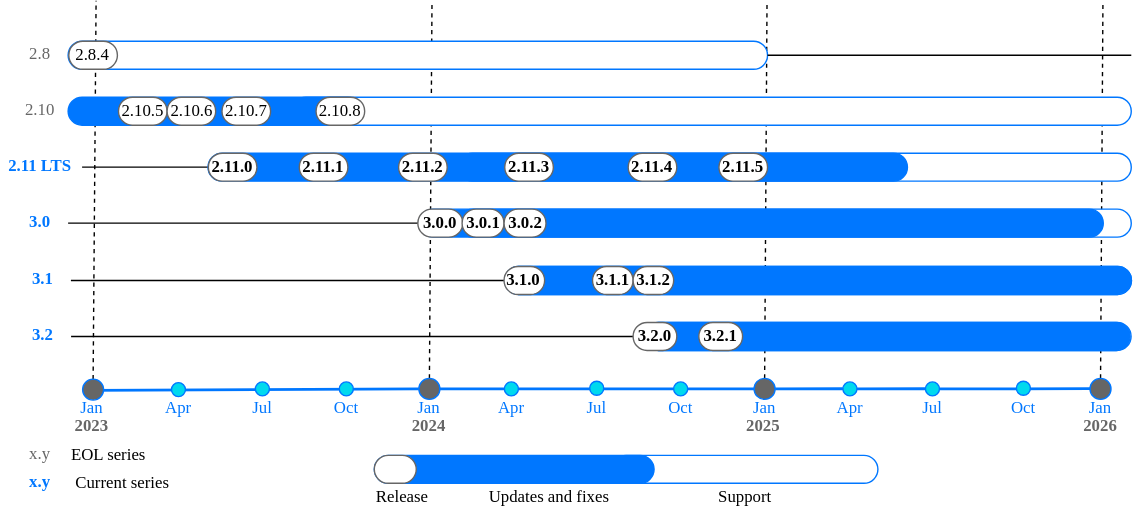
Before: doc/release/_images/releases_calendar.svg, a diagram exported from draw.io (georgiy-belyanin/doc). Source tidied: cells renumbered, new cells last; positions are measured from the earlier drawing's top-left corner, leaving out a move shared by most shapes.
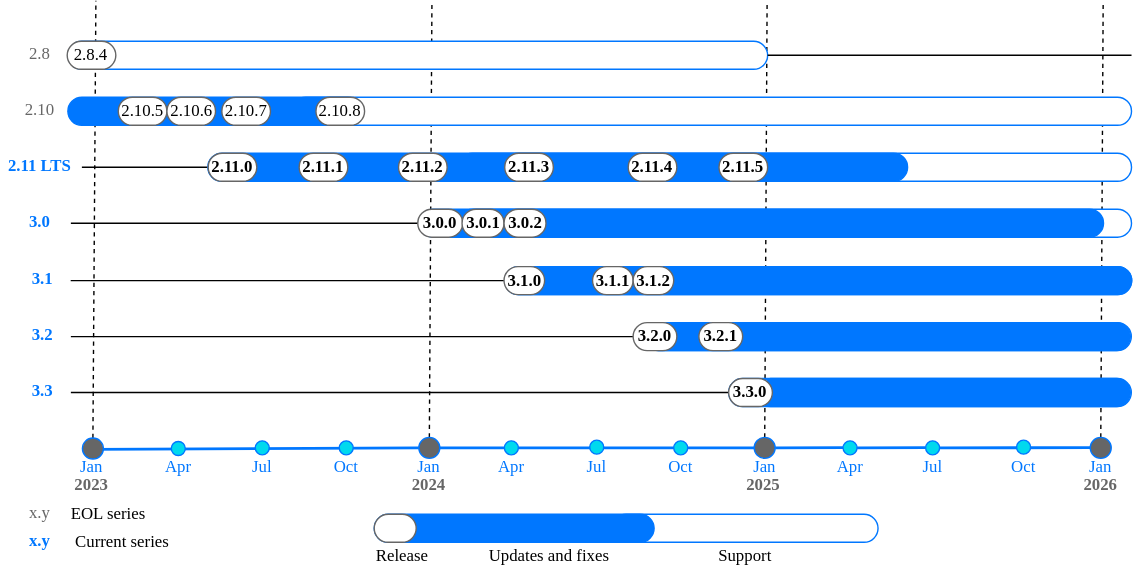
After the change.

What changed in the source:
```diff
@@ -18,36 +18,36 @@
     </mxCell>
     <mxCell id="6" style="endArrow=none;dashed=1;html=1;strokeWidth=1;rounded=0;fontFamily=VK Sans Display;" parent="1" edge="1" source="61">
       <mxGeometry relative="1" as="geometry">
-        <mxPoint x="787.6" as="targetPoint" />
+        <mxPoint x="787.6" y="-42" as="targetPoint" />
       </mxGeometry>
     </mxCell>
     <mxCell id="7" style="endArrow=none;dashed=1;html=1;strokeWidth=1;rounded=0;fontFamily=VK Sans Display;" parent="1" edge="1" source="62">
       <mxGeometry relative="1" as="geometry">
-        <mxPoint x="547.5" as="targetPoint" />
+        <mxPoint x="547.5" y="-42" as="targetPoint" />
       </mxGeometry>
     </mxCell>
     <mxCell id="8" style="rounded=1;whiteSpace=wrap;html=1;glass=0;arcSize=50;strokeColor=#0077FF;fillColor=#FFFFFF;strokeWidth=1;fontFamily=VK Sans Display;" parent="1" vertex="1">
-      <mxGeometry x="326.9" y="109" width="481" height="20" as="geometry" />
+      <mxGeometry x="326.9" y="67" width="481" height="20" as="geometry" />
     </mxCell>
     <mxCell id="9" style="endArrow=none;dashed=1;html=1;strokeWidth=1;rounded=0;fontFamily=VK Sans Display;" parent="1" edge="1" source="60">
       <mxGeometry relative="1" as="geometry">
-        <mxPoint x="308" y="1.8" as="targetPoint" />
+        <mxPoint x="308" y="-40.2" as="targetPoint" />
       </mxGeometry>
     </mxCell>
     <mxCell id="10" style="endArrow=none;dashed=1;html=1;strokeWidth=1;rounded=0;exitX=0.5;exitY=0;exitDx=0;exitDy=0;fontFamily=VK Sans Display;" parent="1" edge="1" source="15">
       <mxGeometry relative="1" as="geometry">
-        <mxPoint x="67.9" as="targetPoint" />
+        <mxPoint x="67.9" y="-42" as="targetPoint" />
       </mxGeometry>
     </mxCell>
     <mxCell id="11" style="rounded=1;whiteSpace=wrap;html=1;glass=0;arcSize=50;strokeColor=#0077FF;fillColor=#FFFFFF;strokeWidth=1;fontFamily=VK Sans Display;" parent="1" vertex="1">
-      <mxGeometry x="326.9" y="149" width="481" height="20" as="geometry" />
+      <mxGeometry x="326.9" y="107" width="481" height="20" as="geometry" />
     </mxCell>
     <mxCell id="12" style="rounded=1;whiteSpace=wrap;html=1;glass=0;arcSize=50;strokeColor=#0077FF;fillColor=#FFFFFF;strokeWidth=1;fontFamily=VK Sans Display;" parent="1" vertex="1">
-      <mxGeometry x="207.9" y="69" width="600" height="20" as="geometry" />
+      <mxGeometry x="207.9" y="27" width="600" height="20" as="geometry" />
     </mxCell>
     <mxCell id="13" style="endArrow=none;html=1;rounded=0;fontFamily=VK Sans Display;" parent="1" edge="1" target="45">
       <mxGeometry relative="1" as="geometry">
-        <mxPoint x="57.9" y="119" as="sourcePoint" />
+        <mxPoint x="57.9" y="77" as="sourcePoint" />
       </mxGeometry>
     </mxCell>
     <mxCell id="14" style="endArrow=none;html=1;rounded=0;strokeColor=#0077FF;fontColor=#0077FF;fontFamily=VK Sans Display;" parent="1" edge="1">
@@ -127,76 +127,76 @@
     </mxCell>
     <mxCell id="38" style="endArrow=none;html=1;rounded=0;fontFamily=VK Sans Display;" parent="1" edge="1" source="41">
       <mxGeometry relative="1" as="geometry">
-        <mxPoint x="787.9" y="159" as="targetPoint" />
+        <mxPoint x="787.9" y="117" as="targetPoint" />
       </mxGeometry>
     </mxCell>
     <mxCell id="39" value="&lt;font color=&quot;#0077ff&quot;&gt;&lt;b&gt;3.0&lt;/b&gt;&lt;/font&gt;" style="text;html=1;align=center;verticalAlign=middle;whiteSpace=wrap;rounded=0;fontFamily=VK Sans Display;" parent="1" vertex="1">
-      <mxGeometry x="14.8" y="149" width="26" height="17.5" as="geometry" />
+      <mxGeometry x="14.8" y="107" width="26" height="17.5" as="geometry" />
     </mxCell>
     <mxCell id="40" style="endArrow=none;html=1;rounded=0;fontFamily=VK Sans Display;" parent="1" edge="1" target="41">
       <mxGeometry relative="1" as="geometry">
-        <mxPoint x="47.9" y="159" as="sourcePoint" />
+        <mxPoint x="50" y="117" as="sourcePoint" />
       </mxGeometry>
     </mxCell>
     <mxCell id="41" style="rounded=1;whiteSpace=wrap;html=1;glass=0;arcSize=50;strokeColor=#0077FF;fillColor=#0077FF;fontFamily=VK Sans Display;" parent="1" vertex="1">
-      <mxGeometry x="298.9" y="149" width="489" height="20" as="geometry" />
+      <mxGeometry x="298.9" y="107" width="489" height="20" as="geometry" />
     </mxCell>
     <mxCell id="42" value="&lt;b&gt;3.0.0&lt;/b&gt;" style="rounded=1;whiteSpace=wrap;html=1;glass=0;arcSize=50;strokeColor=#666666;fillColor=#FFFFFF;strokeWidth=1;fontFamily=VK Sans Display;" parent="1" vertex="1">
-      <mxGeometry x="297.9" y="149" width="32.1" height="20" as="geometry" />
+      <mxGeometry x="297.9" y="107" width="32.1" height="20" as="geometry" />
     </mxCell>
     <mxCell id="43" value="&lt;b&gt;3.0.1&lt;/b&gt;" style="rounded=1;whiteSpace=wrap;html=1;glass=0;arcSize=50;strokeColor=#666666;fillColor=#FFFFFF;strokeWidth=1;fontFamily=VK Sans Display;" parent="1" vertex="1">
-      <mxGeometry x="329.5" y="149" width="30" height="20" as="geometry" />
+      <mxGeometry x="329.5" y="107" width="30" height="20" as="geometry" />
     </mxCell>
     <mxCell id="44" value="&lt;font color=&quot;#0077ff&quot;&gt;&lt;b&gt;2.11 LTS&lt;/b&gt;&lt;/font&gt;" style="text;html=1;align=center;verticalAlign=middle;whiteSpace=wrap;rounded=0;fontFamily=VK Sans Display;" parent="1" vertex="1">
-      <mxGeometry y="109" width="55.5" height="17.5" as="geometry" />
+      <mxGeometry y="67" width="55.5" height="17.5" as="geometry" />
     </mxCell>
     <mxCell id="45" style="rounded=1;whiteSpace=wrap;html=1;glass=0;arcSize=50;strokeColor=#0077FF;fillColor=#0077FF;fontFamily=VK Sans Display;" parent="1" vertex="1">
-      <mxGeometry x="147.9" y="109" width="500" height="20" as="geometry" />
+      <mxGeometry x="147.9" y="67" width="500" height="20" as="geometry" />
     </mxCell>
     <mxCell id="46" value="&lt;b&gt;2.11.0&lt;/b&gt;" style="rounded=1;whiteSpace=wrap;html=1;glass=0;arcSize=50;strokeColor=#666666;fillColor=#FFFFFF;strokeWidth=1;fontFamily=VK Sans Display;" parent="1" vertex="1">
-      <mxGeometry x="148.1" y="109" width="34.8" height="20" as="geometry" />
+      <mxGeometry x="148.1" y="67" width="34.8" height="20" as="geometry" />
     </mxCell>
     <mxCell id="47" value="&lt;b&gt;2.11.1&lt;/b&gt;" style="rounded=1;whiteSpace=wrap;html=1;glass=0;arcSize=50;strokeColor=#666666;fillColor=#FFFFFF;strokeWidth=1;fontFamily=VK Sans Display;" parent="1" vertex="1">
-      <mxGeometry x="213.1" y="109" width="34.8" height="20" as="geometry" />
+      <mxGeometry x="213.1" y="67" width="34.8" height="20" as="geometry" />
     </mxCell>
     <mxCell id="48" value="&lt;b&gt;2.11.2&lt;/b&gt;" style="rounded=1;whiteSpace=wrap;html=1;glass=0;arcSize=50;strokeColor=#666666;fillColor=#FFFFFF;strokeWidth=1;fontFamily=VK Sans Display;" parent="1" vertex="1">
-      <mxGeometry x="284.1" y="109" width="34.8" height="20" as="geometry" />
+      <mxGeometry x="284.1" y="67" width="34.8" height="20" as="geometry" />
     </mxCell>
     <mxCell id="49" style="endArrow=none;html=1;rounded=0;fontFamily=VK Sans Display;" parent="1" edge="1" target="51">
       <mxGeometry relative="1" as="geometry">
-        <mxPoint x="67.4" y="79" as="sourcePoint" />
+        <mxPoint x="67.4" y="37" as="sourcePoint" />
       </mxGeometry>
     </mxCell>
     <mxCell id="50" value="&lt;font&gt;2.10&lt;/font&gt;" style="text;html=1;align=center;verticalAlign=middle;whiteSpace=wrap;rounded=0;fontColor=#666666;fontFamily=VK Sans Display;" parent="1" vertex="1">
-      <mxGeometry x="15" y="69" width="25.5" height="17.5" as="geometry" />
+      <mxGeometry x="15" y="27" width="25.5" height="17.5" as="geometry" />
     </mxCell>
     <mxCell id="51" style="rounded=1;whiteSpace=wrap;html=1;glass=0;arcSize=50;strokeColor=#0077FF;fillColor=#0077FF;fontFamily=VK Sans Display;" parent="1" vertex="1">
-      <mxGeometry x="47.9" y="69" width="210" height="20" as="geometry" />
+      <mxGeometry x="47.9" y="27" width="210" height="20" as="geometry" />
     </mxCell>
     <mxCell id="52" value="&lt;span&gt;2.10.5&lt;/span&gt;" style="rounded=1;whiteSpace=wrap;html=1;glass=0;arcSize=50;strokeColor=#666666;fillColor=#FFFFFF;strokeWidth=1;fontStyle=0;fontFamily=VK Sans Display;" parent="1" vertex="1">
-      <mxGeometry x="83.9" y="69" width="34.8" height="20" as="geometry" />
+      <mxGeometry x="83.9" y="27" width="34.8" height="20" as="geometry" />
     </mxCell>
     <mxCell id="53" value="&lt;span&gt;2.10.6&lt;/span&gt;" style="rounded=1;whiteSpace=wrap;html=1;glass=0;arcSize=50;strokeColor=#666666;fillColor=#FFFFFF;strokeWidth=1;fontStyle=0;fontFamily=VK Sans Display;" parent="1" vertex="1">
-      <mxGeometry x="118.6" y="69" width="34.8" height="20" as="geometry" />
+      <mxGeometry x="118.6" y="27" width="34.8" height="20" as="geometry" />
     </mxCell>
     <mxCell id="54" value="&lt;span&gt;2.10.7&lt;/span&gt;" style="rounded=1;whiteSpace=wrap;html=1;glass=0;arcSize=50;strokeColor=#666666;fillColor=#FFFFFF;strokeWidth=1;fontStyle=0;fontFamily=VK Sans Display;" parent="1" vertex="1">
-      <mxGeometry x="157.9" y="69" width="34.8" height="20" as="geometry" />
+      <mxGeometry x="157.9" y="27" width="34.8" height="20" as="geometry" />
     </mxCell>
     <mxCell id="55" value="&lt;span&gt;2.10.8&lt;/span&gt;" style="rounded=1;whiteSpace=wrap;html=1;glass=0;arcSize=50;strokeColor=#666666;fillColor=#FFFFFF;strokeWidth=1;fontStyle=0;fontFamily=VK Sans Display;" parent="1" vertex="1">
-      <mxGeometry x="225.1" y="69" width="34.8" height="20" as="geometry" />
+      <mxGeometry x="225.1" y="27" width="34.8" height="20" as="geometry" />
     </mxCell>
     <mxCell id="56" style="rounded=1;whiteSpace=wrap;html=1;glass=0;arcSize=50;strokeColor=#0077FF;fillColor=#FFFFFF;strokeWidth=1;fontFamily=VK Sans Display;" parent="1" vertex="1">
-      <mxGeometry x="47.9" y="29" width="500" height="20" as="geometry" />
+      <mxGeometry x="47.9" y="-13" width="500" height="20" as="geometry" />
     </mxCell>
     <mxCell id="57" value="&lt;font&gt;2.8&lt;/font&gt;" style="text;html=1;align=center;verticalAlign=middle;whiteSpace=wrap;rounded=0;fontColor=#666666;fontFamily=VK Sans Display;" parent="1" vertex="1">
-      <mxGeometry x="16.6" y="29" width="22.2" height="17.5" as="geometry" />
+      <mxGeometry x="16.6" y="-13" width="22.2" height="17.5" as="geometry" />
     </mxCell>
     <mxCell id="58" value="&lt;span&gt;2.8.4&lt;/span&gt;" style="rounded=1;whiteSpace=wrap;html=1;glass=0;arcSize=50;strokeColor=#666666;fillColor=#FFFFFF;strokeWidth=1;fontStyle=0;fontFamily=VK Sans Display;" parent="1" vertex="1">
-      <mxGeometry x="48.4" y="29" width="34.8" height="20" as="geometry" />
+      <mxGeometry x="47.4" y="-13" width="34.8" height="20" as="geometry" />
     </mxCell>
     <mxCell id="59" style="endArrow=none;html=1;rounded=0;entryX=1;entryY=0.5;entryDx=0;entryDy=0;fontFamily=VK Sans Display;" parent="1" edge="1" target="56">
       <mxGeometry relative="1" as="geometry">
-        <mxPoint x="807.9" y="39" as="sourcePoint" />
+        <mxPoint x="807.9" y="-3" as="sourcePoint" />
       </mxGeometry>
     </mxCell>
     <mxCell id="60" style="ellipse;whiteSpace=wrap;html=1;strokeColor=#0077FF;fillColor=#666666;fontColor=#0077FF;fontFamily=VK Sans Display;" parent="1" vertex="1">
@@ -236,35 +236,35 @@
       <mxGeometry x="36.8" y="335" width="100" height="20" as="geometry" />
     </mxCell>
     <mxCell id="72" style="rounded=1;whiteSpace=wrap;html=1;glass=0;arcSize=50;strokeColor=#0077FF;fillColor=#FFFFFF;strokeWidth=1;fontFamily=VK Sans Display;" parent="1" vertex="1">
-      <mxGeometry x="360" y="190" width="448" height="20" as="geometry" />
+      <mxGeometry x="360" y="148" width="448" height="20" as="geometry" />
     </mxCell>
     <mxCell id="73" style="endArrow=none;html=1;rounded=0;fontFamily=VK Sans Display;" parent="1" edge="1" source="76">
       <mxGeometry relative="1" as="geometry">
-        <mxPoint x="789.9" y="200" as="targetPoint" />
+        <mxPoint x="789.9" y="158" as="targetPoint" />
       </mxGeometry>
     </mxCell>
     <mxCell id="74" value="&lt;font color=&quot;#0077ff&quot;&gt;&lt;b&gt;3.1&lt;/b&gt;&lt;/font&gt;" style="text;html=1;align=center;verticalAlign=middle;whiteSpace=wrap;rounded=0;fontFamily=VK Sans Display;" parent="1" vertex="1">
-      <mxGeometry x="16.8" y="190" width="26" height="17.5" as="geometry" />
+      <mxGeometry x="16.8" y="148" width="26" height="17.5" as="geometry" />
     </mxCell>
     <mxCell id="75" style="endArrow=none;html=1;rounded=0;fontFamily=VK Sans Display;" parent="1" edge="1" target="76">
       <mxGeometry relative="1" as="geometry">
-        <mxPoint x="49.9" y="200" as="sourcePoint" />
+        <mxPoint x="49.9" y="158" as="sourcePoint" />
       </mxGeometry>
     </mxCell>
     <mxCell id="76" style="rounded=1;whiteSpace=wrap;html=1;glass=0;arcSize=50;strokeColor=#0077FF;fillColor=#0077FF;fontFamily=VK Sans Display;" parent="1" vertex="1">
-      <mxGeometry x="360" y="190" width="448" height="20" as="geometry" />
+      <mxGeometry x="360" y="148" width="448" height="20" as="geometry" />
     </mxCell>
     <mxCell id="77" value="&lt;b&gt;3.1.0&lt;/b&gt;" style="rounded=1;whiteSpace=wrap;html=1;glass=0;arcSize=50;strokeColor=#666666;fillColor=#FFFFFF;strokeWidth=1;fontFamily=VK Sans Display;" parent="1" vertex="1">
-      <mxGeometry x="359.5" y="190" width="29" height="20" as="geometry" />
+      <mxGeometry x="359.5" y="148" width="29" height="20" as="geometry" />
     </mxCell>
     <mxCell id="78" value="&lt;b&gt;3.0.2&lt;/b&gt;" style="rounded=1;whiteSpace=wrap;html=1;glass=0;arcSize=50;strokeColor=#666666;fillColor=#FFFFFF;strokeWidth=1;fontFamily=VK Sans Display;" parent="1" vertex="1">
-      <mxGeometry x="359.5" y="149" width="30" height="20" as="geometry" />
+      <mxGeometry x="359.5" y="107" width="30" height="20" as="geometry" />
     </mxCell>
     <mxCell id="79" value="&lt;b&gt;2.11.3&lt;/b&gt;" style="rounded=1;whiteSpace=wrap;html=1;glass=0;arcSize=50;strokeColor=#666666;fillColor=#FFFFFF;strokeWidth=1;fontFamily=VK Sans Display;" parent="1" vertex="1">
-      <mxGeometry x="360" y="109" width="34.8" height="20" as="geometry" />
+      <mxGeometry x="360" y="67" width="34.8" height="20" as="geometry" />
     </mxCell>
     <mxCell id="80" value="&lt;b&gt;3.1.1&lt;/b&gt;" style="rounded=1;whiteSpace=wrap;html=1;glass=0;arcSize=50;strokeColor=#666666;fillColor=#FFFFFF;strokeWidth=1;fontFamily=VK Sans Display;" parent="1" vertex="1">
-      <mxGeometry x="422.8" y="190" width="29" height="20" as="geometry" />
+      <mxGeometry x="422.8" y="148" width="29" height="20" as="geometry" />
     </mxCell>
     <mxCell id="81" style="endArrow=none;html=1;rounded=0;exitX=1;exitY=0.5;exitDx=0;exitDy=0;entryX=0.002;entryY=0.489;entryDx=0;entryDy=0;strokeWidth=2;strokeColor=#0077FF;fontColor=#0077FF;fontFamily=VK Sans Display;entryPerimeter=0;" parent="1" edge="1" source="62" target="82">
       <mxGeometry relative="1" as="geometry" />
@@ -285,41 +285,63 @@
       <mxGeometry x="359.8" y="272.5" width="10" height="10" as="geometry" />
     </mxCell>
     <mxCell id="87" style="rounded=1;whiteSpace=wrap;html=1;glass=0;arcSize=50;strokeColor=#0077FF;fillColor=#FFFFFF;strokeWidth=1;fontFamily=VK Sans Display;" parent="1" vertex="1">
-      <mxGeometry x="460" y="230" width="347.7" height="20" as="geometry" />
+      <mxGeometry x="460" y="188" width="347.7" height="20" as="geometry" />
     </mxCell>
     <mxCell id="88" style="endArrow=none;html=1;rounded=0;fontFamily=VK Sans Display;" parent="1" edge="1" source="91">
       <mxGeometry relative="1" as="geometry">
-        <mxPoint x="787.7" y="240" as="targetPoint" />
+        <mxPoint x="787.7" y="198" as="targetPoint" />
       </mxGeometry>
     </mxCell>
     <mxCell id="89" value="&lt;font color=&quot;#0077ff&quot;&gt;&lt;b&gt;3.2&lt;/b&gt;&lt;/font&gt;" style="text;html=1;align=center;verticalAlign=middle;whiteSpace=wrap;rounded=0;fontFamily=VK Sans Display;" parent="1" vertex="1">
-      <mxGeometry x="16.8" y="230" width="26" height="17.5" as="geometry" />
+      <mxGeometry x="16.8" y="188" width="26" height="17.5" as="geometry" />
     </mxCell>
     <mxCell id="90" style="endArrow=none;html=1;rounded=0;fontFamily=VK Sans Display;" parent="1" edge="1" target="91">
       <mxGeometry relative="1" as="geometry">
-        <mxPoint x="50" y="240" as="sourcePoint" />
+        <mxPoint x="50" y="198" as="sourcePoint" />
       </mxGeometry>
     </mxCell>
     <mxCell id="91" style="rounded=1;whiteSpace=wrap;html=1;glass=0;arcSize=50;strokeColor=#0077FF;fillColor=#0077FF;fontFamily=VK Sans Display;" parent="1" vertex="1">
-      <mxGeometry x="460" y="230" width="347" height="20" as="geometry" />
+      <mxGeometry x="460" y="188" width="347" height="20" as="geometry" />
     </mxCell>
     <mxCell id="92" value="&lt;b&gt;3.2.0&lt;/b&gt;" style="rounded=1;whiteSpace=wrap;html=1;glass=0;arcSize=50;strokeColor=#666666;fillColor=#FFFFFF;strokeWidth=1;fontFamily=VK Sans Display;" parent="1" vertex="1">
-      <mxGeometry x="451.8" y="230" width="31.2" height="20" as="geometry" />
+      <mxGeometry x="451.8" y="188" width="31.2" height="20" as="geometry" />
     </mxCell>
     <mxCell id="93" value="&lt;b&gt;2.11.4&lt;/b&gt;" style="rounded=1;whiteSpace=wrap;html=1;glass=0;arcSize=50;strokeColor=#666666;fillColor=#FFFFFF;strokeWidth=1;fontFamily=VK Sans Display;" parent="1" vertex="1">
-      <mxGeometry x="448.2" y="109" width="34.8" height="20" as="geometry" />
+      <mxGeometry x="448.2" y="67" width="34.8" height="20" as="geometry" />
     </mxCell>
     <mxCell id="94" value="Jan" style="text;html=1;align=center;verticalAlign=middle;whiteSpace=wrap;rounded=0;fontColor=#0077FF;strokeColor=none;fontFamily=VK Sans Display;" parent="1" vertex="1">
       <mxGeometry x="55.2" y="285.5" width="20" height="10" as="geometry" />
     </mxCell>
     <mxCell id="95" value="&lt;b&gt;3.1.2&lt;/b&gt;" style="rounded=1;whiteSpace=wrap;html=1;glass=0;arcSize=50;strokeColor=#666666;fillColor=#FFFFFF;strokeWidth=1;fontFamily=VK Sans Display;" parent="1" vertex="1">
-      <mxGeometry x="451.8" y="190" width="29" height="20" as="geometry" />
+      <mxGeometry x="451.8" y="148" width="29" height="20" as="geometry" />
     </mxCell>
     <mxCell id="96" value="&lt;b&gt;3.2.1&lt;/b&gt;" style="rounded=1;whiteSpace=wrap;html=1;glass=0;arcSize=50;strokeColor=#666666;fillColor=#FFFFFF;strokeWidth=1;fontFamily=VK Sans Display;" parent="1" vertex="1">
-      <mxGeometry x="498.8" y="230" width="31.2" height="20" as="geometry" />
+      <mxGeometry x="498.8" y="188" width="31.2" height="20" as="geometry" />
     </mxCell>
     <mxCell id="97" value="&lt;b&gt;2.11.5&lt;/b&gt;" style="rounded=1;whiteSpace=wrap;html=1;glass=0;arcSize=50;strokeColor=#666666;fillColor=#FFFFFF;strokeWidth=1;fontFamily=VK Sans Display;" parent="1" vertex="1">
-      <mxGeometry x="513.1" y="109" width="34.8" height="20" as="geometry" />
+      <mxGeometry x="513.1" y="67" width="34.8" height="20" as="geometry" />
     </mxCell>
+    <mxCell id="98" style="rounded=1;whiteSpace=wrap;html=1;glass=0;arcSize=50;strokeColor=#0077FF;fillColor=#FFFFFF;strokeWidth=1;fontFamily=VK Sans Display;" parent="1" vertex="1">
+      <mxGeometry x="540" y="228" width="267.7" height="20" as="geometry" />
+    </mxCell>
+    <mxCell id="99" style="endArrow=none;html=1;rounded=0;fontFamily=VK Sans Display;" parent="1" edge="1" source="102">
+      <mxGeometry relative="1" as="geometry">
+        <mxPoint x="787.7" y="238" as="targetPoint" />
+      </mxGeometry>
+    </mxCell>
+    <mxCell id="100" value="&lt;font color=&quot;#0077ff&quot;&gt;&lt;b&gt;3.3&lt;/b&gt;&lt;/font&gt;" style="text;html=1;align=center;verticalAlign=middle;whiteSpace=wrap;rounded=0;fontFamily=VK Sans Display;" parent="1" vertex="1">
+      <mxGeometry x="16.8" y="228" width="26" height="17.5" as="geometry" />
+    </mxCell>
+    <mxCell id="101" style="endArrow=none;html=1;rounded=0;fontFamily=VK Sans Display;" parent="1" edge="1" target="102">
+      <mxGeometry relative="1" as="geometry">
+        <mxPoint x="50" y="238" as="sourcePoint" />
+      </mxGeometry>
+    </mxCell>
+    <mxCell id="102" style="rounded=1;whiteSpace=wrap;html=1;glass=0;arcSize=50;strokeColor=#0077FF;fillColor=#0077FF;fontFamily=VK Sans Display;" parent="1" vertex="1">
+      <mxGeometry x="520" y="228" width="287" height="20" as="geometry" />
+    </mxCell>
+    <mxCell id="103" value="&lt;b&gt;3.3.0&lt;/b&gt;" style="rounded=1;whiteSpace=wrap;html=1;glass=0;arcSize=50;strokeColor=#666666;fillColor=#FFFFFF;strokeWidth=1;fontFamily=VK Sans Display;" parent="1" vertex="1">
+      <mxGeometry x="520" y="228" width="31.2" height="20" as="geometry" />
+    </mxCell>
   </root>
 </mxGraphModel>
```
